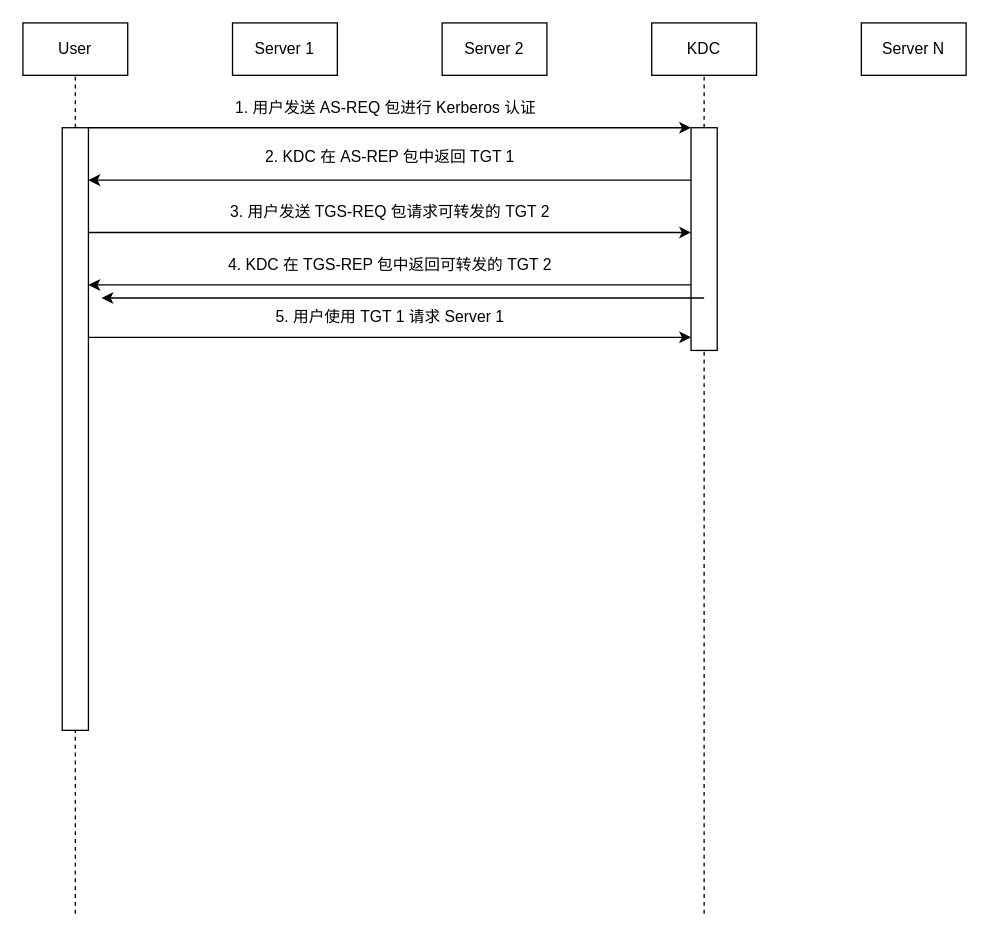
This is draw.io/委派.drawio from fermionorz/image-hosting, a draw.io file, before an edit. Source tidied: cells renumbered, new cells numbered last; positions are measured from the earlier drawing's top-left corner, leaving out a move shared by most shapes. Both pictures are drawn from the tidied source at 131%, with x=0, y=0 at pixel (22, 22).
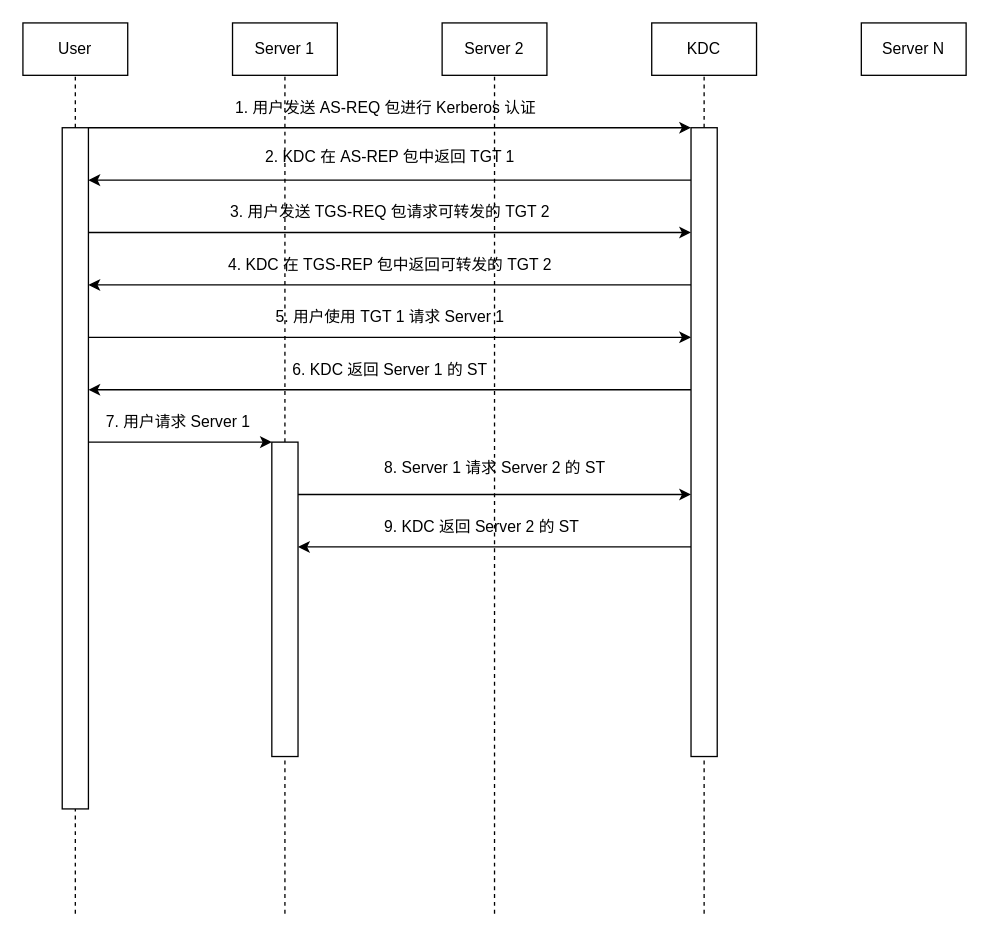
The same page after the edit.

The change refers to these unchanged cells:
```xml
<mxCell id="3" value="Server 1" style="rounded=0;whiteSpace=wrap;html=1;" parent="1" vertex="1">
  <mxGeometry x="160" width="80" height="40" as="geometry" />
</mxCell>
<mxCell id="4" value="Server 2" style="rounded=0;whiteSpace=wrap;html=1;" parent="1" vertex="1">
  <mxGeometry x="320" width="80" height="40" as="geometry" />
</mxCell>
```

The edit, as a diff of the source:
```diff
@@
+    <mxCell id="10" style="rounded=0;whiteSpace=wrap;html=1;" parent="1" vertex="1">
+      <mxGeometry x="30" y="80" width="20" height="520" as="geometry" />
+    </mxCell>
@@
-    <mxCell id="10" style="rounded=0;whiteSpace=wrap;html=1;" parent="1" vertex="1">
-      <mxGeometry x="30" y="80" width="20" height="460" as="geometry" />
-    </mxCell>
@@
     <mxCell id="12" style="rounded=0;whiteSpace=wrap;html=1;" parent="1" vertex="1">
-      <mxGeometry x="510" y="80" width="20" height="170" as="geometry" />
+      <mxGeometry x="510" y="80" width="20" height="480" as="geometry" />
     </mxCell>
@@
     <mxCell id="23" style="endArrow=classic;html=1;rounded=0;exitX=-0.006;exitY=0.236;exitDx=0;exitDy=0;exitPerimeter=0;entryX=1.019;entryY=0.235;entryDx=0;entryDy=0;entryPerimeter=0;" parent="1" edge="1">
       <mxGeometry relative="1" as="geometry">
-        <mxPoint x="520" y="210" as="sourcePoint" />
-        <mxPoint x="60" y="210" as="targetPoint" />
+        <mxPoint x="510" y="280" as="sourcePoint" />
+        <mxPoint x="50" y="280" as="targetPoint" />
       </mxGeometry>
     </mxCell>
+    <mxCell id="24" value="6. KDC 返回 Server 1 的 ST" style="text;html=1;align=center;verticalAlign=middle;strokeColor=none;fillColor=none;" parent="1" vertex="1">
+      <mxGeometry x="195" y="250" width="170" height="30" as="geometry" />
+    </mxCell>
+    <mxCell id="25" style="endArrow=none;dashed=1;html=1;rounded=0;entryX=0.5;entryY=1;entryDx=0;entryDy=0;" parent="1" edge="1" source="27" target="3">
+      <mxGeometry relative="1" as="geometry" />
+    </mxCell>
+    <mxCell id="26" style="endArrow=none;dashed=1;html=1;rounded=0;entryX=0.5;entryY=1;entryDx=0;entryDy=0;" parent="1" edge="1" target="27">
+      <mxGeometry relative="1" as="geometry">
+        <mxPoint x="200" y="680" as="sourcePoint" />
+      </mxGeometry>
+    </mxCell>
+    <mxCell id="27" style="rounded=0;whiteSpace=wrap;html=1;" parent="1" vertex="1">
+      <mxGeometry x="190" y="320" width="20" height="240" as="geometry" />
+    </mxCell>
+    <mxCell id="28" style="endArrow=classic;html=1;rounded=0;" parent="1" edge="1">
+      <mxGeometry relative="1" as="geometry">
+        <mxPoint x="50" y="320" as="sourcePoint" />
+        <mxPoint x="190" y="320" as="targetPoint" />
+      </mxGeometry>
+    </mxCell>
+    <mxCell id="29" value="7. 用户请求 Server 1&amp;nbsp; " style="text;html=1;align=center;verticalAlign=middle;strokeColor=none;fillColor=none;" parent="1" vertex="1">
+      <mxGeometry x="50" y="290" width="140" height="30" as="geometry" />
+    </mxCell>
+    <mxCell id="30" style="endArrow=none;dashed=1;html=1;rounded=0;entryX=0.5;entryY=1;entryDx=0;entryDy=0;" parent="1" edge="1" target="4">
+      <mxGeometry relative="1" as="geometry">
+        <mxPoint x="360" y="680" as="sourcePoint" />
+      </mxGeometry>
+    </mxCell>
+    <mxCell id="31" style="endArrow=classic;html=1;rounded=0;" parent="1" edge="1">
+      <mxGeometry relative="1" as="geometry">
+        <mxPoint x="210" y="360" as="sourcePoint" />
+        <mxPoint x="510" y="360" as="targetPoint" />
+      </mxGeometry>
+    </mxCell>
+    <mxCell id="32" value="8. Server 1 请求 Server 2 的 ST" style="text;html=1;align=center;verticalAlign=middle;strokeColor=none;fillColor=none;" parent="1" vertex="1">
+      <mxGeometry x="265" y="325" width="190" height="30" as="geometry" />
+    </mxCell>
+    <mxCell id="33" style="endArrow=classic;html=1;rounded=0;entryX=1.019;entryY=0.235;entryDx=0;entryDy=0;entryPerimeter=0;" parent="1" edge="1">
+      <mxGeometry relative="1" as="geometry">
+        <mxPoint x="510" y="400" as="sourcePoint" />
+        <mxPoint x="210" y="400" as="targetPoint" />
+      </mxGeometry>
+    </mxCell>
+    <mxCell id="34" value="9. KDC 返回 Server 2 的 ST" style="text;html=1;align=center;verticalAlign=middle;strokeColor=none;fillColor=none;" parent="1" vertex="1">
+      <mxGeometry x="265" y="370" width="170" height="30" as="geometry" />
+    </mxCell>
```
